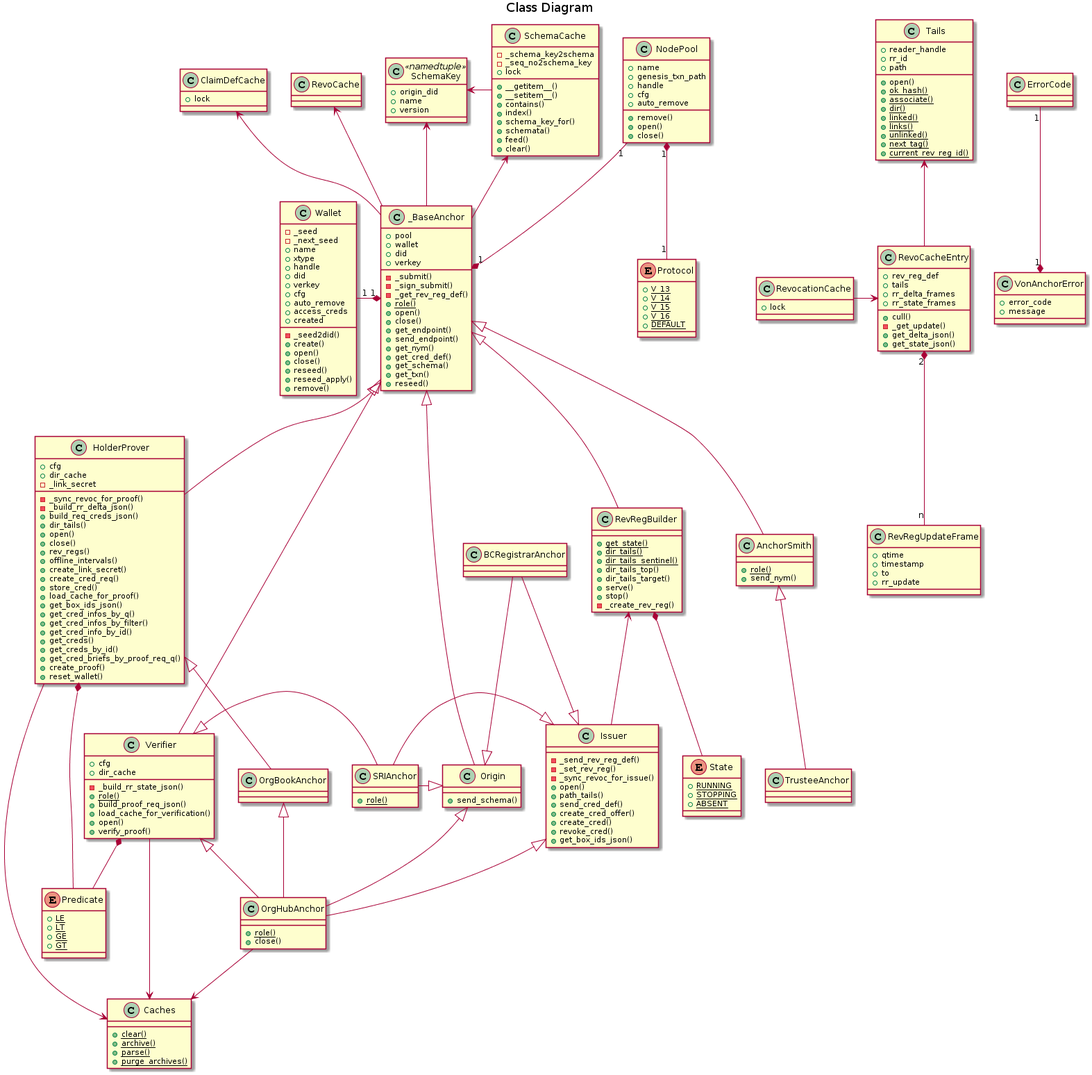
The PlantUML diagram docs/source/pic/class.png in PSPC-SPAC-buyandsell/von_anchor, before a commit.
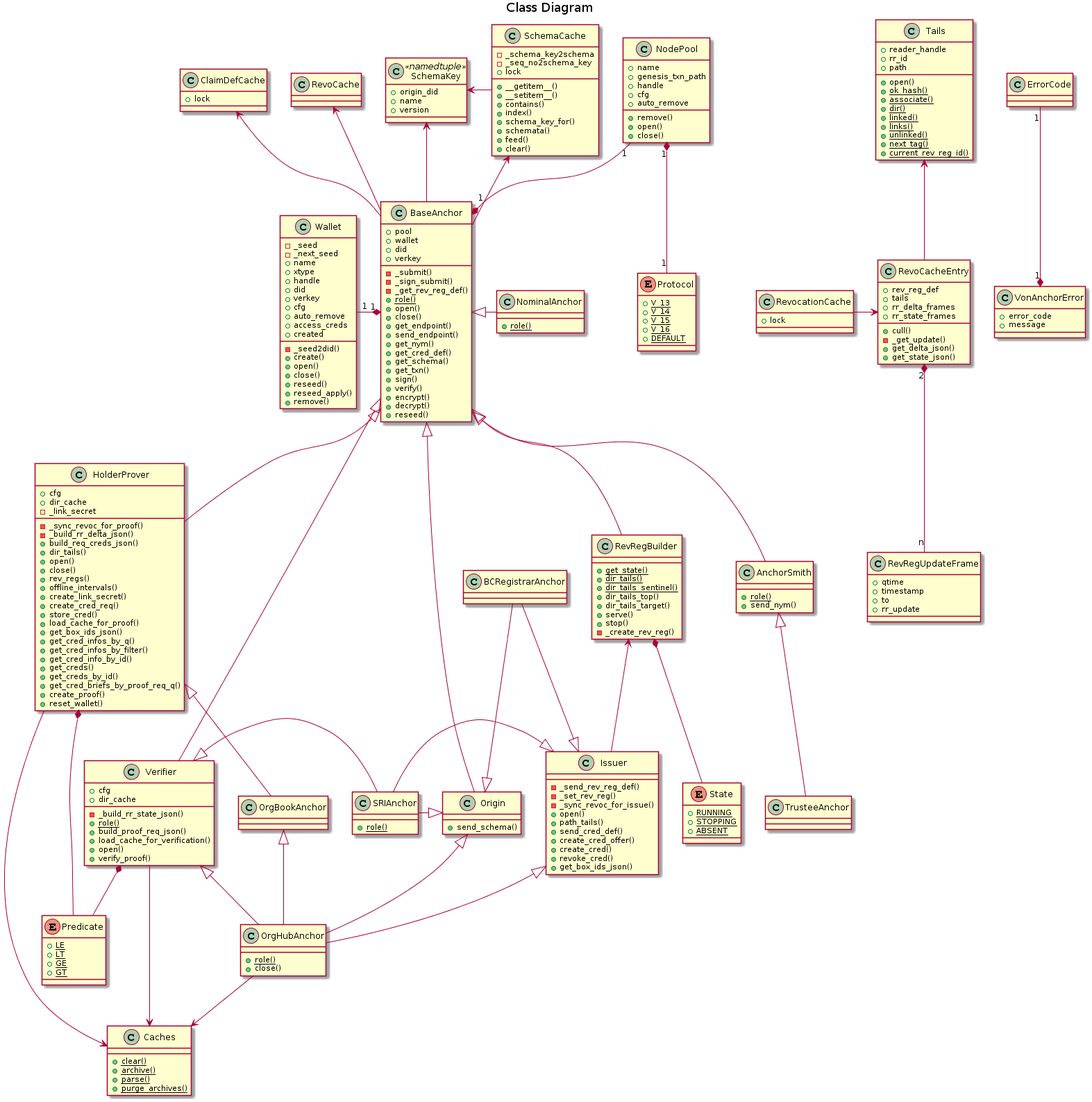
Later version of the same file.

Commit message:
sign, verify, NominalAnchor

The edit, as a diff of the source:
```diff
@@ -126,7 +126,7 @@
 }
 
 
-class _BaseAnchor {
+class BaseAnchor {
     +pool
     +wallet
     +did
@@ -143,6 +143,10 @@
     +get_cred_def()
     +get_schema()
     +get_txn()
+    +sign()
+    +verify()
+    +encrypt()
+    +decrypt()
     +reseed()
 }
 
@@ -226,6 +230,10 @@
 class TrusteeAnchor {
 }
 
+class NominalAnchor {
+    {static} +role()
+}
+
 class SRIAnchor {
     {static} +role()
 }
@@ -243,31 +251,32 @@
 
 VonAnchorError "1" *-up- "1" ErrorCode
 SchemaCache -left-> SchemaKey
-_BaseAnchor -left-> SchemaKey
+BaseAnchor -left-> SchemaKey
 
 NodePool "1" *-- "1" Protocol
 
 RevRegBuilder *-- State
 
 
-_BaseAnchor -up-> SchemaCache
-_BaseAnchor "1" *-left- "1" Wallet
-_BaseAnchor "1" *-up- "1" NodePool
+BaseAnchor -up-> SchemaCache
+BaseAnchor "1" *-left- "1" Wallet
+BaseAnchor "1" *-up- "1" NodePool
 
 RevoCacheEntry -up-> Tails
 RevoCacheEntry "2" *-down- "n" RevRegUpdateFrame
 RevocationCache -> RevoCacheEntry
 
-_BaseAnchor -up-> RevoCache
+BaseAnchor -up-> RevoCache
 
-_BaseAnchor -up-> ClaimDefCache
-_BaseAnchor <|-down- AnchorSmith
-_BaseAnchor <|-down- Origin
-_BaseAnchor <|-down- HolderProver
-_BaseAnchor <|-down- Verifier
+BaseAnchor -up-> ClaimDefCache
+BaseAnchor <|-down- AnchorSmith
+BaseAnchor <|-down- Origin
+BaseAnchor <|-down- HolderProver
+BaseAnchor <|-down- Verifier
+BaseAnchor <|-right- NominalAnchor
 
 AnchorSmith <|-down- TrusteeAnchor
-_BaseAnchor <|-down- RevRegBuilder
+BaseAnchor <|-down- RevRegBuilder
 RevRegBuilder <-- Issuer
 
 Origin <|-left- SRIAnchor
```
